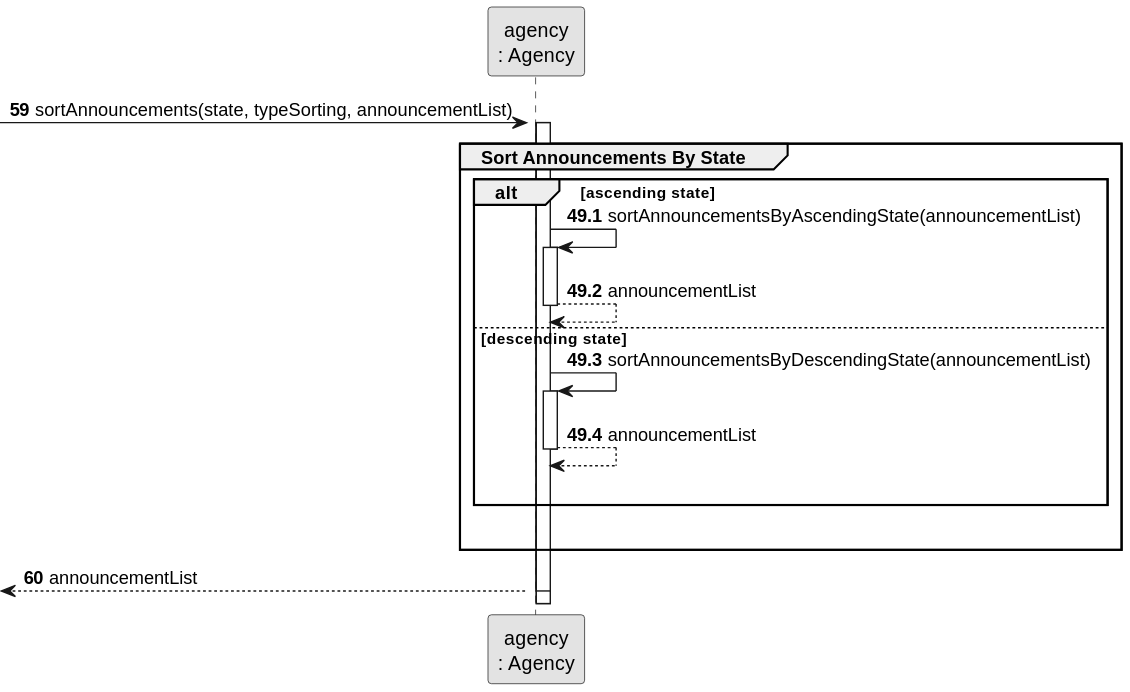
rita-barbosa/LAPR2-2223 keeps this PlantUML diagram as docs/sprintB/us001/03.design/svg/us001-sequence-diagram-partial-sort-announcements-by-state.svg. Above is the earlier version.
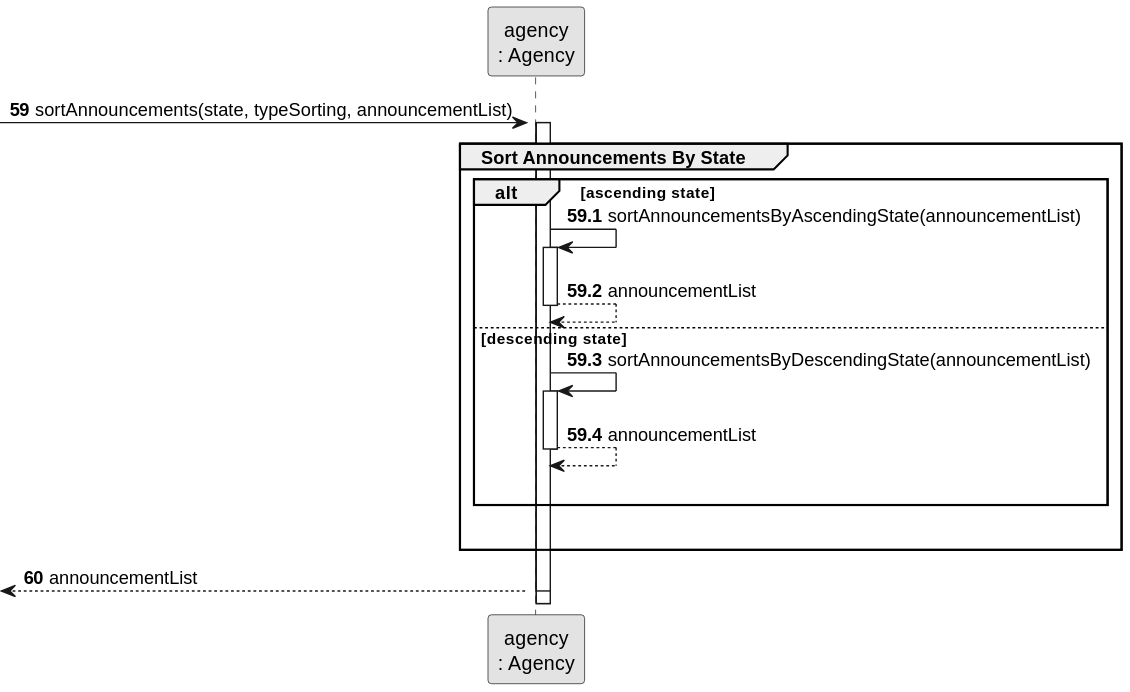
Above is the later version.

What changed in the source:
```diff
@@ -9,7 +9,7 @@
 -> AGENCY : sortAnnouncements(state, typeSorting, announcementList)
 activate AGENCY
 
-autonumber 49.1
+autonumber 59.1
 activate AGENCY
     group Sort Announcements By State
 
```
